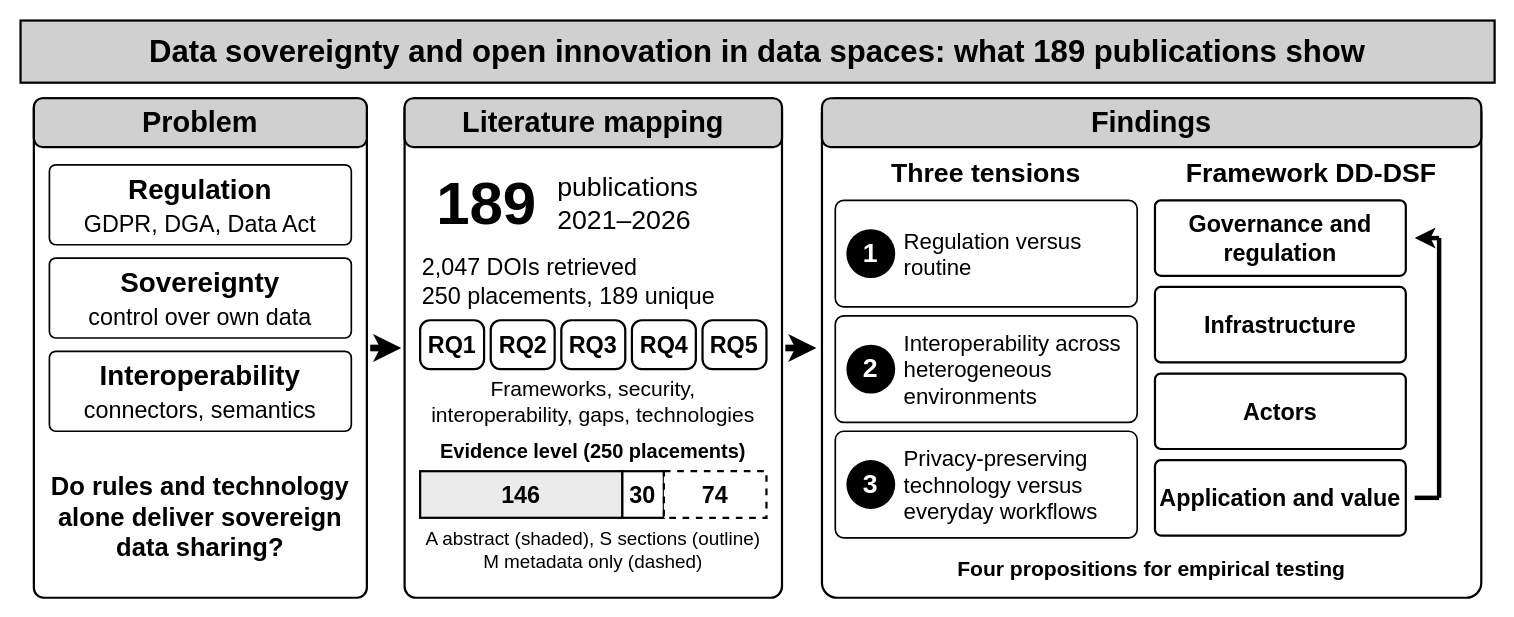
Earlier version of the draw.io diagram figures/graphical_abstract.drawio (egagraha/slr-dataspace). Source tidied: cells renumbered, new cells numbered last; positions are measured from the earlier drawing's top-left corner, leaving out a move shared by most shapes. Both pictures are drawn from the tidied source at 111%, with x=0, y=0 at pixel (20, 20).
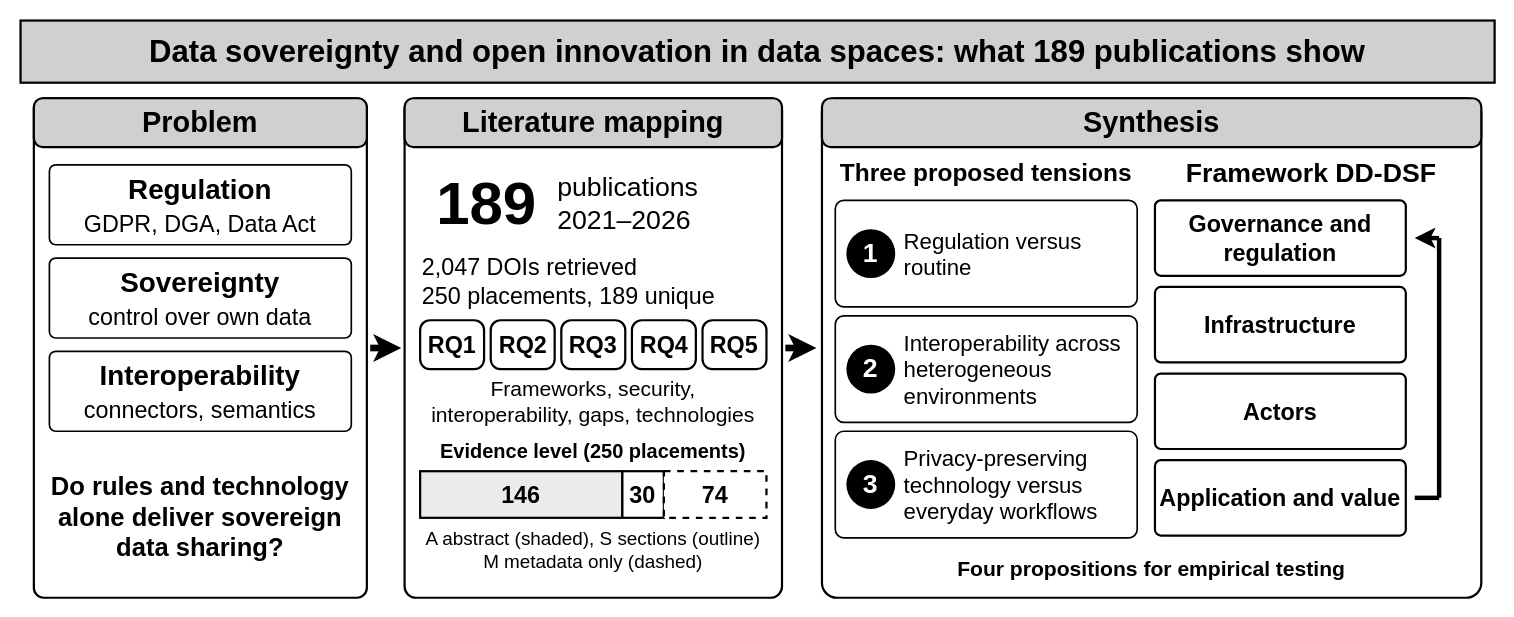
Above is the later version.

Commit message (it also covers changes not shown here):
Graphical abstract: label tensions as proposed (Synthesis panel)

Change to the diagram source:
```diff
@@
-    <mxCell id="28" value="Findings" style="rounded=1;whiteSpace=wrap;html=1;fillColor=#D0D0D0;strokeColor=#000000;strokeWidth=2;fontFamily=Helvetica;fontSize=26;fontColor=#000000;fontStyle=1;align=center;verticalAlign=middle;dashed=0;arcSize=18;" parent="1" vertex="1">
+    <mxCell id="28" value="Synthesis" style="rounded=1;whiteSpace=wrap;html=1;fillColor=#D0D0D0;strokeColor=#000000;strokeWidth=2;fontFamily=Helvetica;fontSize=26;fontColor=#000000;fontStyle=1;align=center;verticalAlign=middle;dashed=0;arcSize=18;" parent="1" vertex="1">
       <mxGeometry x="722" y="70" width="594" height="44" as="geometry" />
     </mxCell>
-    <mxCell id="29" value="Three tensions" style="rounded=0;whiteSpace=wrap;html=1;fillColor=none;strokeColor=none;strokeWidth=1;fontFamily=Helvetica;fontSize=24;fontColor=#000000;fontStyle=1;align=center;verticalAlign=middle;dashed=0;" parent="1" vertex="1">
+    <mxCell id="29" value="Three proposed tensions" style="rounded=0;whiteSpace=wrap;html=1;fillColor=none;strokeColor=none;strokeWidth=1;fontFamily=Helvetica;fontSize=22;fontColor=#000000;fontStyle=1;align=center;verticalAlign=middle;dashed=0;" parent="1" vertex="1">
       <mxGeometry x="734" y="122" width="272" height="32" as="geometry" />
     </mxCell>
```
